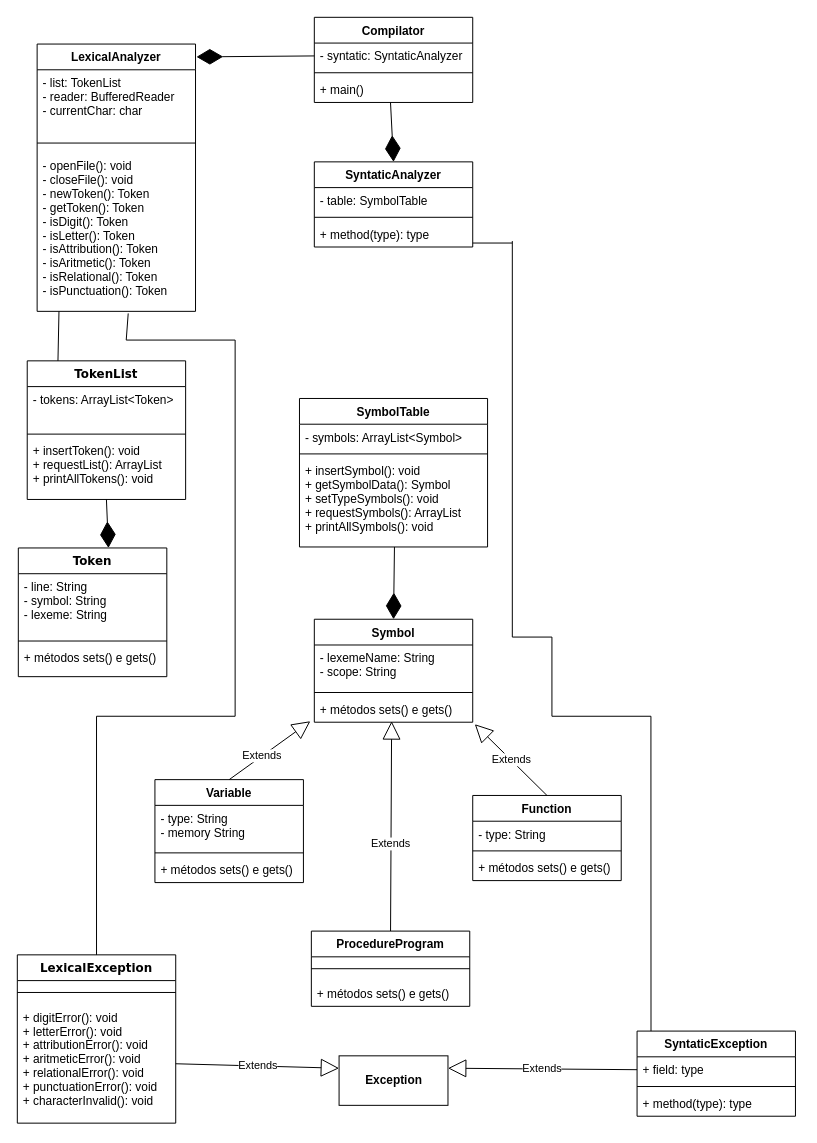
Nicolas-K/compilator keeps this draw.io diagram as diagramas/Compilador.drawio. Above is the earlier version. Source tidied: cells renumbered, new cells numbered last; positions are measured from the earlier drawing's top-left corner, leaving out a move shared by most shapes. Both pictures are drawn from the tidied source at 99%, with x=0, y=0 at pixel (17, 17).
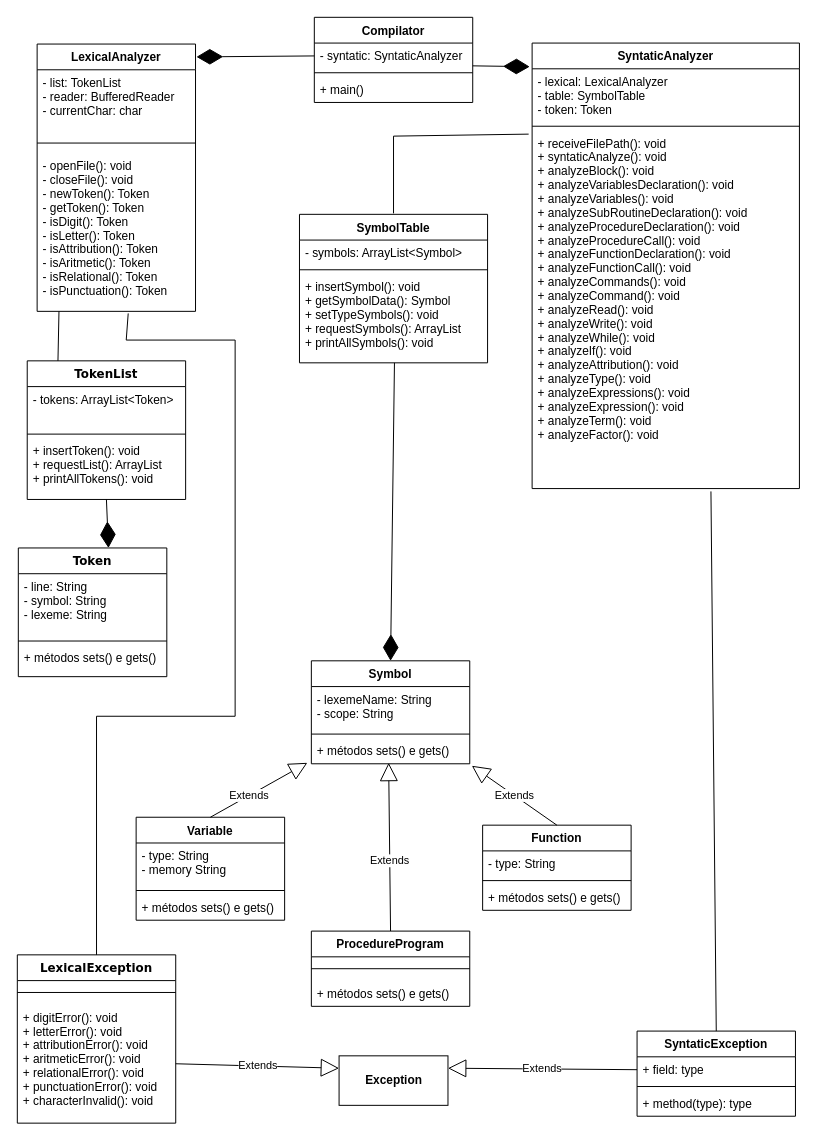
Above is the later version.

Commit message:
Diagrama do Analisador Sintatico v2

Unchanged cells that the change refers to:
```xml
<mxCell id="3" value="- syntatic: SyntaticAnalyzer" style="text;strokeColor=none;fillColor=none;align=left;verticalAlign=top;spacingLeft=4;spacingRight=4;overflow=hidden;points=[[0,0.5],[1,0.5]];portConstraint=eastwest;" parent="2" vertex="1">
  <mxGeometry y="26" width="160" height="26" as="geometry" />
</mxCell>
<mxCell id="5" value="+ main()" style="text;strokeColor=none;fillColor=none;align=left;verticalAlign=top;spacingLeft=4;spacingRight=4;overflow=hidden;points=[[0,0.5],[1,0.5]];portConstraint=eastwest;" parent="2" vertex="1">
  <mxGeometry y="60" width="160" height="26" as="geometry" />
</mxCell>
<mxCell id="57" value="SyntaticException" style="swimlane;fontStyle=1;align=center;verticalAlign=top;horizontal=1;startSize=26;" parent="1" vertex="1">
  <mxGeometry x="626" y="1024" width="160" height="86" as="geometry" />
</mxCell>
```

What changed in the source:
```diff
@@
-    <mxCell id="6" style="endArrow=diamondThin;endFill=1;endSize=24;html=1;exitX=0.481;exitY=1;exitDx=0;exitDy=0;exitPerimeter=0;entryX=0.5;entryY=0;entryDx=0;entryDy=0;" parent="1" edge="1" source="5" target="7">
-      <mxGeometry relative="1" as="geometry" />
-    </mxCell>
     <mxCell id="7" value="SyntaticAnalyzer" style="swimlane;fontStyle=1;align=center;verticalAlign=top;horizontal=1;startSize=26;" parent="1" vertex="1">
-      <mxGeometry x="300" y="146" width="160" height="86" as="geometry" />
+      <mxGeometry x="520" y="26" width="270" height="450" as="geometry" />
     </mxCell>
-    <mxCell id="8" value="- table: SymbolTable" style="text;strokeColor=none;fillColor=none;align=left;verticalAlign=top;spacingLeft=4;spacingRight=4;overflow=hidden;" parent="7" vertex="1">
-      <mxGeometry y="26" width="160" height="26" as="geometry" />
+    <mxCell id="8" value="- lexical: LexicalAnalyzer&#10;- table: SymbolTable&#10;- token: Token&#10;" style="text;strokeColor=none;fillColor=none;align=left;verticalAlign=top;spacingLeft=4;spacingRight=4;overflow=hidden;" parent="7" vertex="1">
+      <mxGeometry y="26" width="270" height="54" as="geometry" />
     </mxCell>
     <mxCell id="9" style="line;strokeWidth=1;fillColor=none;align=left;verticalAlign=middle;spacingTop=-1;spacingLeft=3;spacingRight=3;labelPosition=right;" parent="7" vertex="1">
-      <mxGeometry y="52" width="160" height="8" as="geometry" />
+      <mxGeometry y="80" width="270" height="8" as="geometry" />
     </mxCell>
-    <mxCell id="10" value="+ method(type): type" style="text;strokeColor=none;fillColor=none;align=left;verticalAlign=top;spacingLeft=4;spacingRight=4;overflow=hidden;points=[[0,0.5],[1,0.5]];portConstraint=eastwest;" parent="7" vertex="1">
-      <mxGeometry y="60" width="160" height="26" as="geometry" />
+    <mxCell id="10" value="+ receiveFilePath(): void&#10;+ syntaticAnalyze(): void&#10;+ analyzeBlock(): void&#10;+ analyzeVariablesDeclaration(): void&#10;+ analyzeVariables(): void&#10;+ analyzeSubRoutineDeclaration(): void&#10;+ analyzeProcedureDeclaration(): void&#10;+ analyzeProcedureCall(): void&#10;+ analyzeFunctionDeclaration(): void &#10;+ analyzeFunctionCall(): void &#10;+ analyzeCommands(): void&#10;+ analyzeCommand(): void&#10;+ analyzeRead(): void&#10;+ analyzeWrite(): void&#10;+ analyzeWhile(): void&#10;+ analyzeIf(): void&#10;+ analyzeAttribution(): void&#10;+ analyzeType(): void&#10;+ analyzeExpressions(): void&#10;+ analyzeExpression(): void&#10;+ analyzeTerm(): void&#10;+ analyzeFactor(): void&#10;" style="text;strokeColor=none;fillColor=none;align=left;verticalAlign=top;spacingLeft=4;spacingRight=4;overflow=hidden;points=[[0,0.5],[1,0.5]];portConstraint=eastwest;" parent="7" vertex="1">
+      <mxGeometry y="88" width="270" height="362" as="geometry" />
     </mxCell>
@@
     <mxCell id="29" value="SymbolTable" style="swimlane;fontStyle=1;align=center;verticalAlign=top;horizontal=1;startSize=26;" parent="1" vertex="1">
-      <mxGeometry x="285" y="385" width="190" height="150" as="geometry" />
+      <mxGeometry x="285" y="199" width="190" height="150" as="geometry" />
     </mxCell>
@@
     <mxCell id="33" value="Symbol" style="swimlane;fontStyle=1;align=center;verticalAlign=top;horizontal=1;startSize=26;" parent="1" vertex="1">
-      <mxGeometry x="300" y="608" width="160" height="104" as="geometry" />
+      <mxGeometry x="297" y="650" width="160" height="104" as="geometry" />
     </mxCell>
@@
     <mxCell id="38" value="Variable" style="swimlane;fontStyle=1;align=center;verticalAlign=top;horizontal=1;startSize=26;" parent="1" vertex="1">
-      <mxGeometry x="139" y="770" width="150" height="104" as="geometry" />
+      <mxGeometry x="120" y="808" width="150" height="104" as="geometry" />
     </mxCell>
@@
     <mxCell id="44" value="Function" style="swimlane;fontStyle=1;align=center;verticalAlign=top;horizontal=1;startSize=26;" parent="1" vertex="1">
-      <mxGeometry x="460" y="786" width="150" height="86" as="geometry" />
+      <mxGeometry x="470" y="816" width="150" height="86" as="geometry" />
     </mxCell>
@@
-    <mxCell id="64" style="endArrow=none;html=1;exitX=0.088;exitY=0;exitDx=0;exitDy=0;exitPerimeter=0;" parent="1" edge="1" source="57">
-      <mxGeometry relative="1" as="geometry">
-        <mxPoint x="640" y="706" as="targetPoint" />
-      </mxGeometry>
-    </mxCell>
-    <mxCell id="65" style="endArrow=none;html=1;" parent="1" edge="1">
-      <mxGeometry relative="1" as="geometry">
-        <mxPoint x="640" y="706" as="sourcePoint" />
-        <mxPoint x="540" y="706" as="targetPoint" />
-      </mxGeometry>
-    </mxCell>
-    <mxCell id="66" style="endArrow=none;html=1;" parent="1" edge="1">
-      <mxGeometry relative="1" as="geometry">
-        <mxPoint x="540" y="706" as="sourcePoint" />
-        <mxPoint x="540" y="626" as="targetPoint" />
-      </mxGeometry>
-    </mxCell>
-    <mxCell id="67" style="endArrow=none;html=1;" parent="1" edge="1">
-      <mxGeometry relative="1" as="geometry">
-        <mxPoint x="540" y="626" as="sourcePoint" />
-        <mxPoint x="500" y="626" as="targetPoint" />
-      </mxGeometry>
-    </mxCell>
-    <mxCell id="68" style="endArrow=none;html=1;" parent="1" edge="1">
-      <mxGeometry relative="1" as="geometry">
-        <mxPoint x="500" y="626" as="sourcePoint" />
-        <mxPoint x="500" y="226" as="targetPoint" />
-      </mxGeometry>
-    </mxCell>
-    <mxCell id="69" style="endArrow=none;html=1;exitX=1;exitY=0.846;exitDx=0;exitDy=0;exitPerimeter=0;" parent="1" edge="1" source="10">
-      <mxGeometry relative="1" as="geometry">
-        <mxPoint x="500" y="228" as="targetPoint" />
-      </mxGeometry>
-    </mxCell>
+    <mxCell id="70" style="endArrow=none;html=1;exitX=0.5;exitY=0;exitDx=0;exitDy=0;entryX=0.669;entryY=1.008;entryDx=0;entryDy=0;entryPerimeter=0;" parent="1" edge="1" source="57" target="10">
+      <mxGeometry relative="1" as="geometry" />
+    </mxCell>
+    <mxCell id="71" style="endArrow=none;html=1;exitX=0.605;exitY=-0.007;exitDx=0;exitDy=0;exitPerimeter=0;" parent="1" edge="1">
+      <mxGeometry relative="1" as="geometry">
+        <mxPoint x="380" y="198" as="sourcePoint" />
+        <mxPoint x="380" y="120" as="targetPoint" />
+      </mxGeometry>
+    </mxCell>
+    <mxCell id="72" style="endArrow=diamondThin;endFill=1;endSize=24;html=1;exitX=1;exitY=0.885;exitDx=0;exitDy=0;exitPerimeter=0;entryX=-0.009;entryY=0.053;entryDx=0;entryDy=0;entryPerimeter=0;" parent="1" edge="1" source="3" target="7">
+      <mxGeometry relative="1" as="geometry" />
+    </mxCell>
+    <mxCell id="73" style="endArrow=none;html=1;fontFamily=Georgia;entryX=-0.013;entryY=0.011;entryDx=0;entryDy=0;entryPerimeter=0;" parent="1" edge="1" target="10">
+      <mxGeometry relative="1" as="geometry">
+        <mxPoint x="380" y="120" as="sourcePoint" />
+      </mxGeometry>
+    </mxCell>
```
